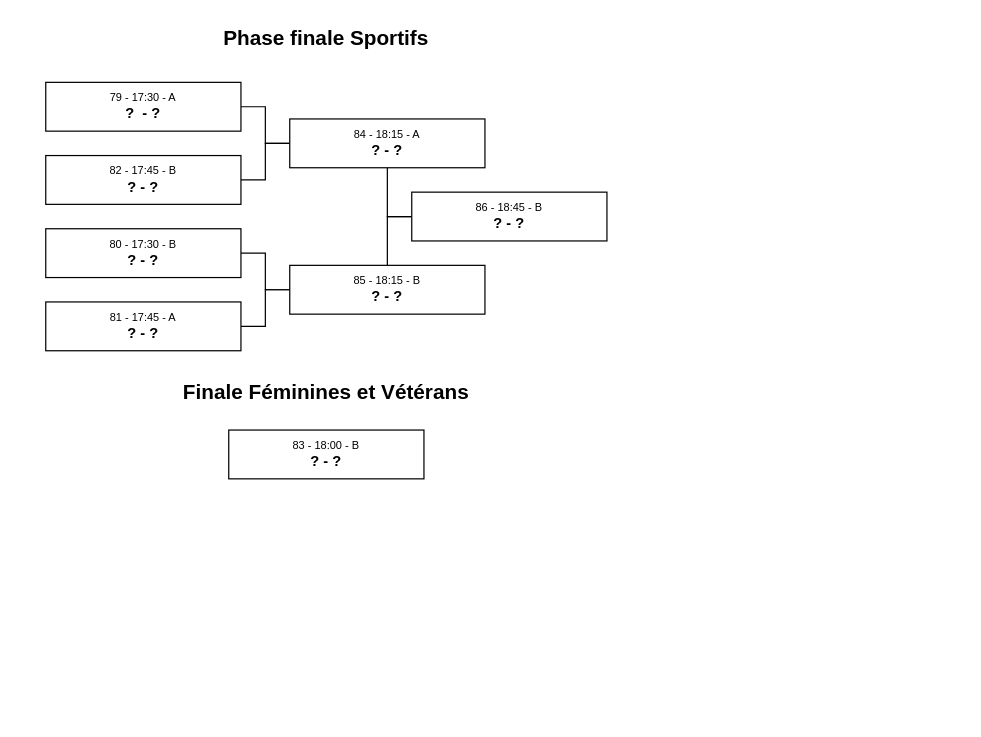
The draw.io diagram Phase finale - Tournoi des Brenets 2024.drawio in j4kim/FcbTournamentCreator3000, before the edit. Source tidied: cells renumbered, new cells numbered last; positions are measured from the earlier drawing's top-left corner, leaving out a move shared by most shapes. Both pictures are drawn from the tidied source at 122%, with x=0, y=0 at pixel (45, 21).
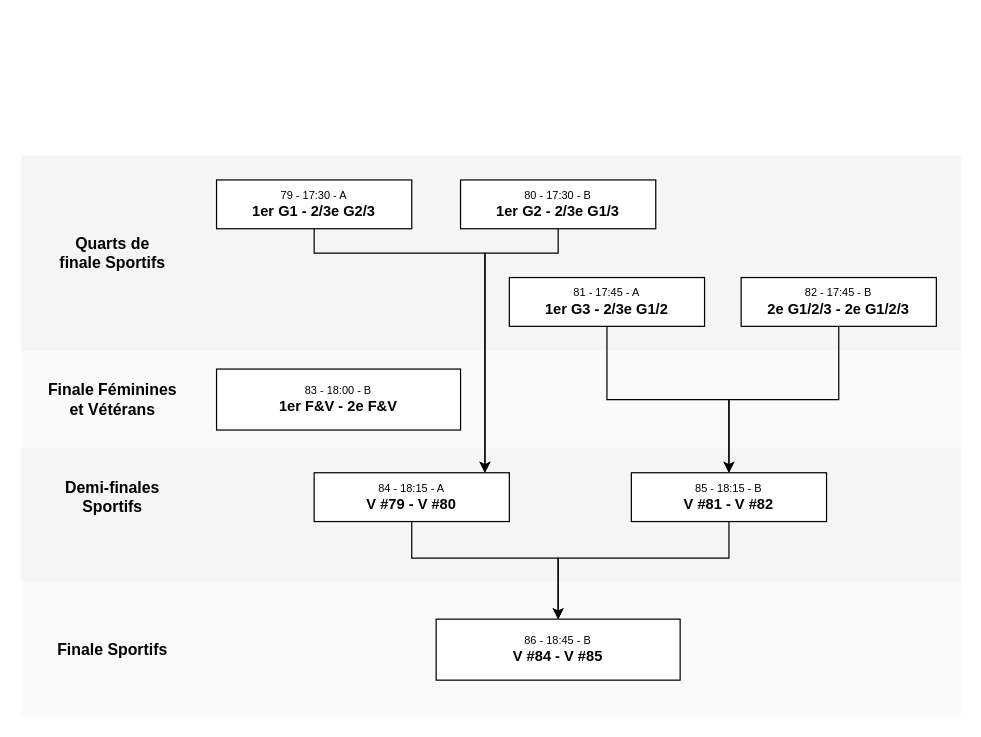
After the change.

Change to the diagram source:
```diff
@@
-    <mxCell id="0" />
-    <mxCell id="1" parent="0" />
-    <mxCell id="2" style="edgeStyle=orthogonalEdgeStyle;rounded=0;jettySize=auto;html=1;endArrow=none;endFill=0;fontSize=9;" parent="1" edge="1" source="3" target="8">
-      <mxGeometry relative="1" as="geometry" />
-    </mxCell>
-    <mxCell id="3" value="79 - 17:30 - A&lt;br&gt;&lt;font&gt;&lt;span style=&quot;font-size: 12px&quot;&gt;&lt;b&gt;&lt;span&gt;?&amp;nbsp;&lt;/span&gt;&amp;nbsp;- ?&lt;/b&gt;&lt;/span&gt;&lt;/font&gt;" style="rounded=0;whiteSpace=wrap;html=1;fontSize=9;" parent="1" vertex="1">
-      <mxGeometry y="50" width="160" height="40" as="geometry" />
-    </mxCell>
-    <mxCell id="4" value="Phase finale Sportifs" style="text;html=1;strokeColor=none;fillColor=none;align=center;verticalAlign=middle;whiteSpace=wrap;rounded=0;fontSize=17;fontStyle=1;" parent="1" vertex="1">
-      <mxGeometry width="460" height="30" as="geometry" />
-    </mxCell>
-    <mxCell id="5" style="edgeStyle=orthogonalEdgeStyle;rounded=0;jettySize=auto;html=1;endArrow=none;endFill=0;fontSize=9;" parent="1" edge="1" source="6" target="8">
-      <mxGeometry relative="1" as="geometry" />
-    </mxCell>
-    <mxCell id="6" value="82 - 17:45 - B&lt;br&gt;&lt;b&gt;&lt;font style=&quot;font-size: 12px&quot;&gt;? - ?&lt;/font&gt;&lt;/b&gt;" style="rounded=0;whiteSpace=wrap;html=1;fontSize=9;" parent="1" vertex="1">
-      <mxGeometry y="110" width="160" height="40" as="geometry" />
-    </mxCell>
-    <mxCell id="7" style="edgeStyle=orthogonalEdgeStyle;rounded=0;jettySize=auto;html=1;entryX=0;entryY=0.5;entryDx=0;entryDy=0;fontSize=12;endArrow=none;endFill=0;" parent="1" edge="1" source="8" target="15">
-      <mxGeometry relative="1" as="geometry" />
-    </mxCell>
-    <mxCell id="8" value="84 - 18:15 - A&lt;br&gt;&lt;font style=&quot;font-size: 12px&quot;&gt;&lt;b&gt;? - ?&lt;/b&gt;&lt;/font&gt;" style="rounded=0;whiteSpace=wrap;html=1;fontSize=9;" parent="1" vertex="1">
-      <mxGeometry x="200" y="80" width="160" height="40" as="geometry" />
-    </mxCell>
-    <mxCell id="9" style="edgeStyle=orthogonalEdgeStyle;rounded=0;jettySize=auto;html=1;endArrow=none;endFill=0;fontSize=9;" parent="1" edge="1" source="10" target="14">
-      <mxGeometry relative="1" as="geometry" />
-    </mxCell>
-    <mxCell id="10" value="80 - 17:30 - B&lt;br style=&quot;font-size: 9px&quot;&gt;&lt;span style=&quot;font-size: 12px;&quot;&gt;&lt;b&gt;? - ?&lt;/b&gt;&lt;/span&gt;" style="rounded=0;whiteSpace=wrap;html=1;fontSize=9;" parent="1" vertex="1">
-      <mxGeometry y="170" width="160" height="40" as="geometry" />
-    </mxCell>
-    <mxCell id="11" style="edgeStyle=orthogonalEdgeStyle;rounded=0;jettySize=auto;html=1;endArrow=none;endFill=0;fontSize=9;" parent="1" edge="1" source="12" target="14">
-      <mxGeometry relative="1" as="geometry" />
-    </mxCell>
-    <mxCell id="12" value="81 - 17:45 - A&lt;br&gt;&lt;span style=&quot;font-size: 12px;&quot;&gt;&lt;b&gt;? - ?&lt;/b&gt;&lt;/span&gt;" style="rounded=0;whiteSpace=wrap;html=1;fontSize=9;" parent="1" vertex="1">
-      <mxGeometry y="230" width="160" height="40" as="geometry" />
-    </mxCell>
-    <mxCell id="13" style="edgeStyle=orthogonalEdgeStyle;rounded=0;jettySize=auto;html=1;entryX=0;entryY=0.5;entryDx=0;entryDy=0;fontSize=12;endArrow=none;endFill=0;" parent="1" edge="1" source="14" target="15">
-      <mxGeometry relative="1" as="geometry" />
-    </mxCell>
-    <mxCell id="14" value="85 - 18:15 - B&lt;div&gt;&lt;font style=&quot;font-size: 12px;&quot;&gt;&lt;b&gt;? - ?&lt;/b&gt;&lt;/font&gt;&lt;/div&gt;" style="rounded=0;whiteSpace=wrap;html=1;fontSize=9;" parent="1" vertex="1">
-      <mxGeometry x="200" y="200" width="160" height="40" as="geometry" />
-    </mxCell>
-    <mxCell id="15" value="86 - 18:45 - B&lt;br&gt;&lt;b style=&quot;font-size: 12px;&quot;&gt;? - ?&lt;/b&gt;" style="rounded=0;whiteSpace=wrap;html=1;fontSize=9;" parent="1" vertex="1">
-      <mxGeometry x="300" y="140" width="160" height="40" as="geometry" />
-    </mxCell>
+    <mxCell id="18" />
+    <mxCell id="19" parent="18" />
+    <mxCell id="20" style="rounded=0;whiteSpace=wrap;html=1;fillColor=#f5f5f5;fontColor=#333333;strokeColor=none;" parent="19" vertex="1">
+      <mxGeometry x="-20" y="110" width="770" height="160" as="geometry" />
+    </mxCell>
+    <mxCell id="21" style="rounded=0;whiteSpace=wrap;html=1;fillColor=#FAFAFA;fontColor=#333333;strokeColor=none;" parent="19" vertex="1">
+      <mxGeometry x="-20" y="270" width="770" height="80" as="geometry" />
+    </mxCell>
+    <mxCell id="22" style="rounded=0;whiteSpace=wrap;html=1;fillColor=#f5f5f5;fontColor=#333333;strokeColor=none;" parent="19" vertex="1">
+      <mxGeometry x="-20" y="350" width="770" height="110" as="geometry" />
+    </mxCell>
+    <mxCell id="23" style="rounded=0;whiteSpace=wrap;html=1;fillColor=#FAFAFA;fontColor=#333333;strokeColor=none;" parent="19" vertex="1">
+      <mxGeometry x="-20" y="460" width="770" height="110" as="geometry" />
+    </mxCell>
+    <mxCell id="24" value="Quarts de finale Sportifs" style="text;html=1;strokeColor=none;fillColor=none;align=center;verticalAlign=middle;whiteSpace=wrap;rounded=0;fontSize=13;fontStyle=1;" parent="19" vertex="1">
+      <mxGeometry x="10" y="130" width="90" height="120" as="geometry" />
+    </mxCell>
-    <mxCell id="16" value="Finale Féminines et Vétérans" style="text;html=1;strokeColor=none;fillColor=none;align=center;verticalAlign=middle;whiteSpace=wrap;rounded=0;fontSize=17;fontStyle=1;" parent="1" vertex="1">
-      <mxGeometry y="290" width="460" height="30" as="geometry" />
+    <mxCell id="16" value="Finale Féminines et Vétérans" style="text;html=1;strokeColor=none;fillColor=none;align=center;verticalAlign=middle;whiteSpace=wrap;rounded=0;fontSize=13;fontStyle=1;" parent="19" vertex="1">
+      <mxGeometry y="290" width="110" height="40" as="geometry" />
     </mxCell>
-    <mxCell id="17" value="83 - 18:00 - B&lt;br&gt;&lt;span style=&quot;font-size: 12px;&quot;&gt;&lt;b&gt;? - ?&lt;/b&gt;&lt;/span&gt;" style="rounded=0;whiteSpace=wrap;html=1;fontSize=9;" parent="1" vertex="1">
-      <mxGeometry x="150" y="335" width="160" height="40" as="geometry" />
-    </mxCell>
+    <mxCell id="25" value="Demi-finales Sportifs" style="text;html=1;strokeColor=none;fillColor=none;align=center;verticalAlign=middle;whiteSpace=wrap;rounded=0;fontSize=13;fontStyle=1;" parent="19" vertex="1">
+      <mxGeometry x="10" y="370" width="90" height="40" as="geometry" />
+    </mxCell>
+    <mxCell id="26" value="Finale Sportifs" style="text;html=1;strokeColor=none;fillColor=none;align=center;verticalAlign=middle;whiteSpace=wrap;rounded=0;fontSize=13;fontStyle=1;" parent="19" vertex="1">
+      <mxGeometry x="-20" y="490" width="150" height="50" as="geometry" />
+    </mxCell>
+    <mxCell id="27" parent="18" />
+    <mxCell id="28" style="edgeStyle=orthogonalEdgeStyle;rounded=0;jettySize=auto;html=1;" parent="27" edge="1" source="29" target="33">
+      <mxGeometry relative="1" as="geometry">
+        <Array as="points">
+          <mxPoint x="220" y="190" />
+          <mxPoint x="360" y="190" />
+        </Array>
+      </mxGeometry>
+    </mxCell>
+    <mxCell id="29" value="79 - 17:30 - A&lt;br&gt;&lt;font&gt;&lt;span style=&quot;font-size: 12px&quot;&gt;&lt;b&gt;&lt;span&gt;1er G1&lt;/span&gt;&amp;nbsp;- 2/3e G2/3&lt;/b&gt;&lt;/span&gt;&lt;/font&gt;" style="rounded=0;whiteSpace=wrap;html=1;fontSize=9;" parent="27" vertex="1">
+      <mxGeometry x="140" y="130" width="160" height="40" as="geometry" />
+    </mxCell>
+    <mxCell id="30" style="edgeStyle=orthogonalEdgeStyle;rounded=0;jettySize=auto;html=1;" parent="27" edge="1" source="31" target="39">
+      <mxGeometry relative="1" as="geometry" />
+    </mxCell>
+    <mxCell id="31" value="82 - 17:45 - B&lt;br&gt;&lt;b&gt;&lt;font style=&quot;font-size: 12px&quot;&gt;2e G1/2/3 - 2e G1/2/3&lt;/font&gt;&lt;/b&gt;" style="rounded=0;whiteSpace=wrap;html=1;fontSize=9;" parent="27" vertex="1">
+      <mxGeometry x="570" y="210" width="160" height="40" as="geometry" />
+    </mxCell>
+    <mxCell id="32" style="edgeStyle=orthogonalEdgeStyle;rounded=0;jettySize=auto;html=1;" parent="27" edge="1" source="33" target="40">
+      <mxGeometry relative="1" as="geometry">
+        <Array as="points">
+          <mxPoint x="300" y="440" />
+          <mxPoint x="420" y="440" />
+        </Array>
+      </mxGeometry>
+    </mxCell>
+    <mxCell id="33" value="84 - 18:15 - A&lt;br&gt;&lt;font style=&quot;font-size: 12px&quot;&gt;&lt;b&gt;V #79 - V #80&lt;/b&gt;&lt;/font&gt;" style="rounded=0;whiteSpace=wrap;html=1;fontSize=9;" parent="27" vertex="1">
+      <mxGeometry x="220" y="370" width="160" height="40" as="geometry" />
+    </mxCell>
+    <mxCell id="34" style="edgeStyle=orthogonalEdgeStyle;rounded=0;jettySize=auto;html=1;" parent="27" edge="1" source="35" target="33">
+      <mxGeometry relative="1" as="geometry">
+        <Array as="points">
+          <mxPoint x="420" y="190" />
+          <mxPoint x="360" y="190" />
+        </Array>
+      </mxGeometry>
+    </mxCell>
+    <mxCell id="35" value="80 - 17:30 - B&lt;br style=&quot;font-size: 9px&quot;&gt;&lt;b style=&quot;font-size: 12px;&quot;&gt;1er G2 -&amp;nbsp;&lt;/b&gt;&lt;span style=&quot;font-size: 12px;&quot;&gt;&lt;b&gt;2/3e G1/3&lt;/b&gt;&lt;/span&gt;" style="rounded=0;whiteSpace=wrap;html=1;fontSize=9;" parent="27" vertex="1">
+      <mxGeometry x="340" y="130" width="160" height="40" as="geometry" />
+    </mxCell>
+    <mxCell id="36" style="edgeStyle=orthogonalEdgeStyle;rounded=0;jettySize=auto;html=1;" parent="27" edge="1" source="37" target="39">
+      <mxGeometry relative="1" as="geometry" />
+    </mxCell>
+    <mxCell id="37" value="81 - 17:45 - A&lt;br&gt;&lt;span style=&quot;font-size: 12px;&quot;&gt;&lt;b&gt;1er G3 - 2/3e G1/2&lt;/b&gt;&lt;/span&gt;" style="rounded=0;whiteSpace=wrap;html=1;fontSize=9;" parent="27" vertex="1">
+      <mxGeometry x="380" y="210" width="160" height="40" as="geometry" />
+    </mxCell>
+    <mxCell id="38" style="edgeStyle=orthogonalEdgeStyle;rounded=0;jettySize=auto;html=1;" parent="27" edge="1" source="39" target="40">
+      <mxGeometry relative="1" as="geometry">
+        <Array as="points">
+          <mxPoint x="560" y="440" />
+          <mxPoint x="420" y="440" />
+        </Array>
+      </mxGeometry>
+    </mxCell>
+    <mxCell id="39" value="85 - 18:15 - B&lt;div&gt;&lt;font style=&quot;font-size: 12px;&quot;&gt;&lt;b&gt;V #81 - V #82&lt;/b&gt;&lt;/font&gt;&lt;/div&gt;" style="rounded=0;whiteSpace=wrap;html=1;fontSize=9;" parent="27" vertex="1">
+      <mxGeometry x="480" y="370" width="160" height="40" as="geometry" />
+    </mxCell>
+    <mxCell id="40" value="86 - 18:45 - B&lt;br&gt;&lt;b style=&quot;font-size: 12px;&quot;&gt;V #84 - V #85&lt;/b&gt;" style="rounded=0;whiteSpace=wrap;html=1;fontSize=9;horizontal=1;strokeWidth=1;" parent="27" vertex="1">
+      <mxGeometry x="320" y="490" width="200" height="50" as="geometry" />
+    </mxCell>
+    <mxCell id="41" value="83 - 18:00 - B&lt;br&gt;&lt;span style=&quot;font-size: 12px;&quot;&gt;&lt;b&gt;1er F&amp;amp;V - 2e F&amp;amp;V&lt;/b&gt;&lt;/span&gt;" style="rounded=0;whiteSpace=wrap;html=1;fontSize=9;" parent="27" vertex="1">
+      <mxGeometry x="140" y="285" width="200" height="50" as="geometry" />
+    </mxCell>
```
